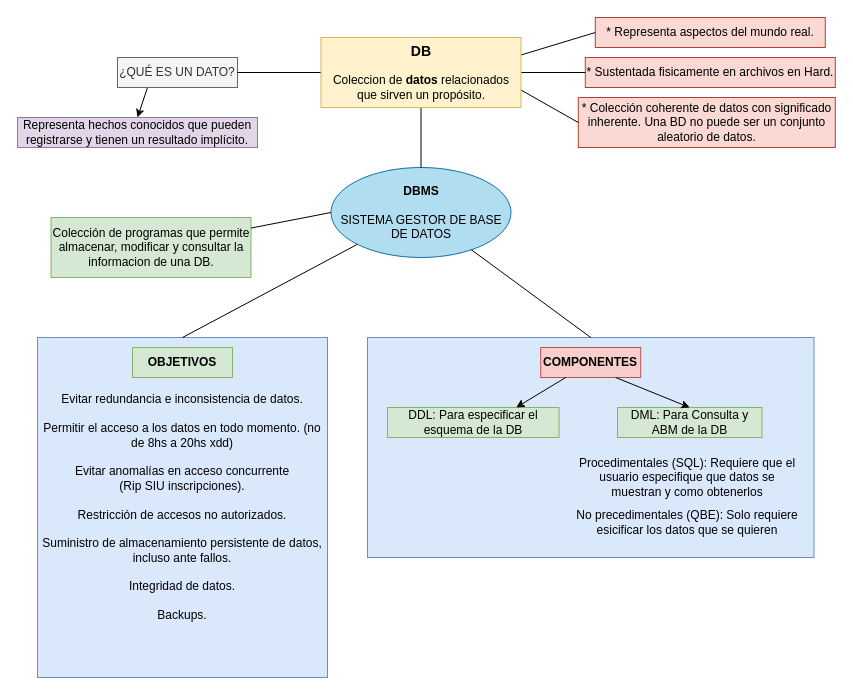
The draw.io diagram page "DB, Datos, DBMS" (1 of 6) of Diagrama-resumen.drawio in senras/DBD, before the edit. Source tidied: cells renumbered, new cells numbered last; positions are measured from the earlier drawing's top-left corner, leaving out a move shared by most shapes. Both pictures are drawn from the tidied source at 100%, with x=0, y=0 at pixel (17, 17).
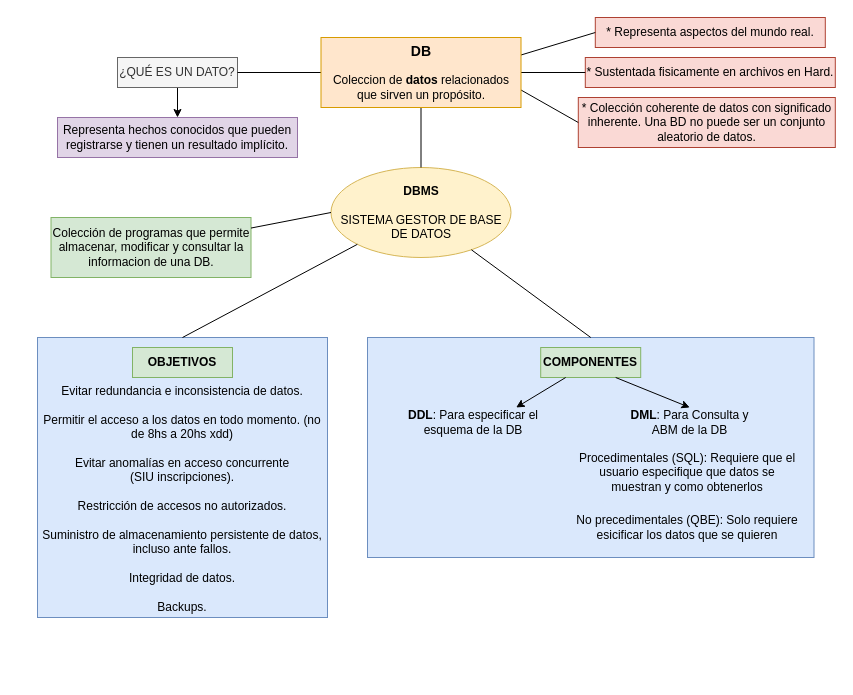
After the change.

Unchanged cells that the change refers to:
```xml
<mxCell id="17" value="¿QUÉ ES UN DATO?" style="text;html=1;align=center;verticalAlign=middle;whiteSpace=wrap;rounded=0;fillColor=#f5f5f5;fontColor=#333333;strokeColor=#666666;" parent="1" vertex="1">
  <mxGeometry x="100" y="40" width="120" height="30" as="geometry" />
</mxCell>
```

What changed in the source:
```diff
@@
-    <mxCell id="2" value="&lt;span&gt;Evitar redundancia e inconsistencia de datos.&lt;br&gt;&lt;br&gt;&lt;/span&gt;Permitir el acceso a los datos en todo momento. (no de 8hs a 20hs xdd)&lt;br&gt;&lt;span&gt;&lt;br&gt;&lt;/span&gt;Evitar anomalías en acceso concurrente&lt;br&gt;(Rip SIU inscripciones).&lt;br&gt;&lt;span&gt;&lt;br&gt;&lt;/span&gt;Restricción de accesos no autorizados.&lt;br&gt;&lt;span&gt;&lt;br&gt;&lt;/span&gt;Suministro de almacenamiento persistente de datos, incluso ante fallos.&lt;br&gt;&lt;span&gt;&lt;br&gt;&lt;/span&gt;Integridad de datos.&lt;br&gt;&lt;span&gt;&lt;br&gt;&lt;/span&gt;Backups.&lt;span&gt;&lt;br&gt;&lt;/span&gt;" style="rounded=0;whiteSpace=wrap;html=1;fillColor=#dae8fc;strokeColor=#6c8ebf;" parent="1" vertex="1">
-      <mxGeometry x="20" y="320" width="290" height="340" as="geometry" />
+    <mxCell id="2" value="&lt;span&gt;&lt;br&gt;&lt;br&gt;&lt;br&gt;Evitar redundancia e inconsistencia de datos.&lt;br&gt;&lt;br&gt;&lt;/span&gt;Permitir el acceso a los datos en todo momento. (no de 8hs a 20hs xdd)&lt;br&gt;&lt;span&gt;&lt;br&gt;&lt;/span&gt;Evitar anomalías en acceso concurrente&lt;br&gt;(SIU inscripciones).&lt;br&gt;&lt;span&gt;&lt;br&gt;&lt;/span&gt;Restricción de accesos no autorizados.&lt;br&gt;&lt;span&gt;&lt;br&gt;&lt;/span&gt;Suministro de almacenamiento persistente de datos, incluso ante fallos.&lt;br&gt;&lt;span&gt;&lt;br&gt;&lt;/span&gt;Integridad de datos.&lt;br&gt;&lt;span&gt;&lt;br&gt;&lt;/span&gt;Backups.&lt;span&gt;&lt;br&gt;&lt;/span&gt;" style="rounded=0;whiteSpace=wrap;html=1;fillColor=#dae8fc;strokeColor=#6c8ebf;" parent="1" vertex="1">
+      <mxGeometry x="20" y="320" width="290" height="280" as="geometry" />
     </mxCell>
@@
-    <mxCell id="7" value="&lt;b&gt;DBMS&lt;/b&gt;&lt;br&gt;&lt;br&gt;SISTEMA GESTOR DE BASE DE DATOS" style="ellipse;whiteSpace=wrap;html=1;fillColor=#b1ddf0;strokeColor=#10739e;" parent="1" vertex="1">
+    <mxCell id="7" value="&lt;b&gt;DBMS&lt;/b&gt;&lt;br&gt;&lt;br&gt;SISTEMA GESTOR DE BASE DE DATOS" style="ellipse;whiteSpace=wrap;html=1;fillColor=#fff2cc;strokeColor=#d6b656;" parent="1" vertex="1">
       <mxGeometry x="313.5" y="150" width="180" height="90" as="geometry" />
     </mxCell>
@@
-    <mxCell id="9" value="COMPONENTES" style="text;html=1;strokeColor=#b85450;fillColor=#f8cecc;align=center;verticalAlign=middle;whiteSpace=wrap;rounded=0;fontStyle=1;" parent="1" vertex="1">
+    <mxCell id="9" value="COMPONENTES" style="text;html=1;strokeColor=#82b366;fillColor=#d5e8d4;align=center;verticalAlign=middle;whiteSpace=wrap;rounded=0;fontStyle=1;" parent="1" vertex="1">
       <mxGeometry x="523.2" y="330" width="100" height="30" as="geometry" />
     </mxCell>
-    <mxCell id="10" value="DDL: Para especificar el esquema de la DB" style="text;html=1;strokeColor=#82b366;fillColor=#d5e8d4;align=center;verticalAlign=middle;whiteSpace=wrap;rounded=0;" parent="1" vertex="1">
+    <mxCell id="10" value="&lt;b&gt;DDL&lt;/b&gt;: Para especificar el esquema de la DB" style="text;html=1;align=center;verticalAlign=middle;whiteSpace=wrap;rounded=0;" parent="1" vertex="1">
       <mxGeometry x="370" y="390" width="171.5" height="30" as="geometry" />
     </mxCell>
-    <mxCell id="11" value="DML: Para Consulta y ABM de la DB" style="text;html=1;strokeColor=#82b366;fillColor=#d5e8d4;align=center;verticalAlign=middle;whiteSpace=wrap;rounded=0;" parent="1" vertex="1">
+    <mxCell id="11" value="&lt;b&gt;DML&lt;/b&gt;: Para Consulta y ABM de la DB" style="text;html=1;align=center;verticalAlign=middle;whiteSpace=wrap;rounded=0;" parent="1" vertex="1">
       <mxGeometry x="600" y="390" width="144.5" height="30" as="geometry" />
     </mxCell>
-    <mxCell id="12" value="Procedimentales (SQL): Requiere que el usuario especifique que datos se muestran y como obtenerlos" style="text;html=1;strokeColor=none;fillColor=none;align=center;verticalAlign=middle;whiteSpace=wrap;rounded=0;" parent="1" vertex="1">
-      <mxGeometry x="560" y="445" width="220" height="30" as="geometry" />
+    <mxCell id="12" value="Procedimentales (SQL): Requiere que el usuario especifique que datos se muestran y como obtenerlos" style="text;html=1;fillColor=none;align=center;verticalAlign=middle;whiteSpace=wrap;rounded=0;" parent="1" vertex="1">
+      <mxGeometry x="560" y="430" width="220" height="50" as="geometry" />
     </mxCell>
-    <mxCell id="13" value="No precedimentales (QBE): Solo requiere esicificar los datos que se quieren" style="text;html=1;strokeColor=none;fillColor=none;align=center;verticalAlign=middle;whiteSpace=wrap;rounded=0;" parent="1" vertex="1">
-      <mxGeometry x="550" y="490" width="240" height="30" as="geometry" />
+    <mxCell id="13" value="No precedimentales (QBE): Solo requiere esicificar los datos que se quieren" style="text;html=1;fillColor=none;align=center;verticalAlign=middle;whiteSpace=wrap;rounded=0;" parent="1" vertex="1">
+      <mxGeometry x="550" y="490" width="240" height="40" as="geometry" />
     </mxCell>
@@
-    <mxCell id="16" style="endArrow=classic;html=1;rounded=0;exitX=0.25;exitY=1;exitDx=0;exitDy=0;startArrow=none;entryX=0.5;entryY=0;entryDx=0;entryDy=0;" parent="1" edge="1" source="17" target="19">
+    <mxCell id="16" style="endArrow=classic;html=1;rounded=0;exitX=0.5;exitY=1;exitDx=0;exitDy=0;startArrow=none;entryX=0.5;entryY=0;entryDx=0;entryDy=0;" parent="1" edge="1" source="17" target="19">
       <mxGeometry relative="1" as="geometry" />
     </mxCell>
@@
     <mxCell id="19" value="Representa hechos conocidos que pueden registrarse y tienen un resultado implícito." style="text;html=1;strokeColor=#9673a6;fillColor=#e1d5e7;align=center;verticalAlign=middle;whiteSpace=wrap;rounded=0;" parent="1" vertex="1">
-      <mxGeometry y="100" width="240" height="30" as="geometry" />
+      <mxGeometry x="40" y="100" width="240" height="40" as="geometry" />
     </mxCell>
@@
-    <mxCell id="29" value="&lt;h3&gt;&lt;b&gt;DB&lt;/b&gt;&lt;/h3&gt;&lt;span&gt;&lt;div&gt;&lt;span&gt;Coleccion de&amp;nbsp;&lt;/span&gt;&lt;b&gt;datos&amp;nbsp;&lt;/b&gt;&lt;span&gt;relacionados que sirven un propósito.&lt;/span&gt;&lt;/div&gt;&lt;div&gt;&lt;span&gt;&lt;br&gt;&lt;/span&gt;&lt;/div&gt;&lt;/span&gt;" style="rounded=0;whiteSpace=wrap;html=1;fillColor=#fff2cc;strokeColor=#d6b656;align=center;" parent="1" vertex="1">
+    <mxCell id="29" value="&lt;h3&gt;&lt;b&gt;DB&lt;/b&gt;&lt;/h3&gt;&lt;span&gt;&lt;div&gt;&lt;span&gt;Coleccion de&amp;nbsp;&lt;/span&gt;&lt;b&gt;datos&amp;nbsp;&lt;/b&gt;&lt;span&gt;relacionados que sirven un propósito.&lt;/span&gt;&lt;/div&gt;&lt;div&gt;&lt;span&gt;&lt;br&gt;&lt;/span&gt;&lt;/div&gt;&lt;/span&gt;" style="rounded=0;whiteSpace=wrap;html=1;fillColor=#ffe6cc;strokeColor=#d79b00;align=center;" parent="1" vertex="1">
       <mxGeometry x="303.5" y="20" width="200" height="70" as="geometry" />
     </mxCell>
```
